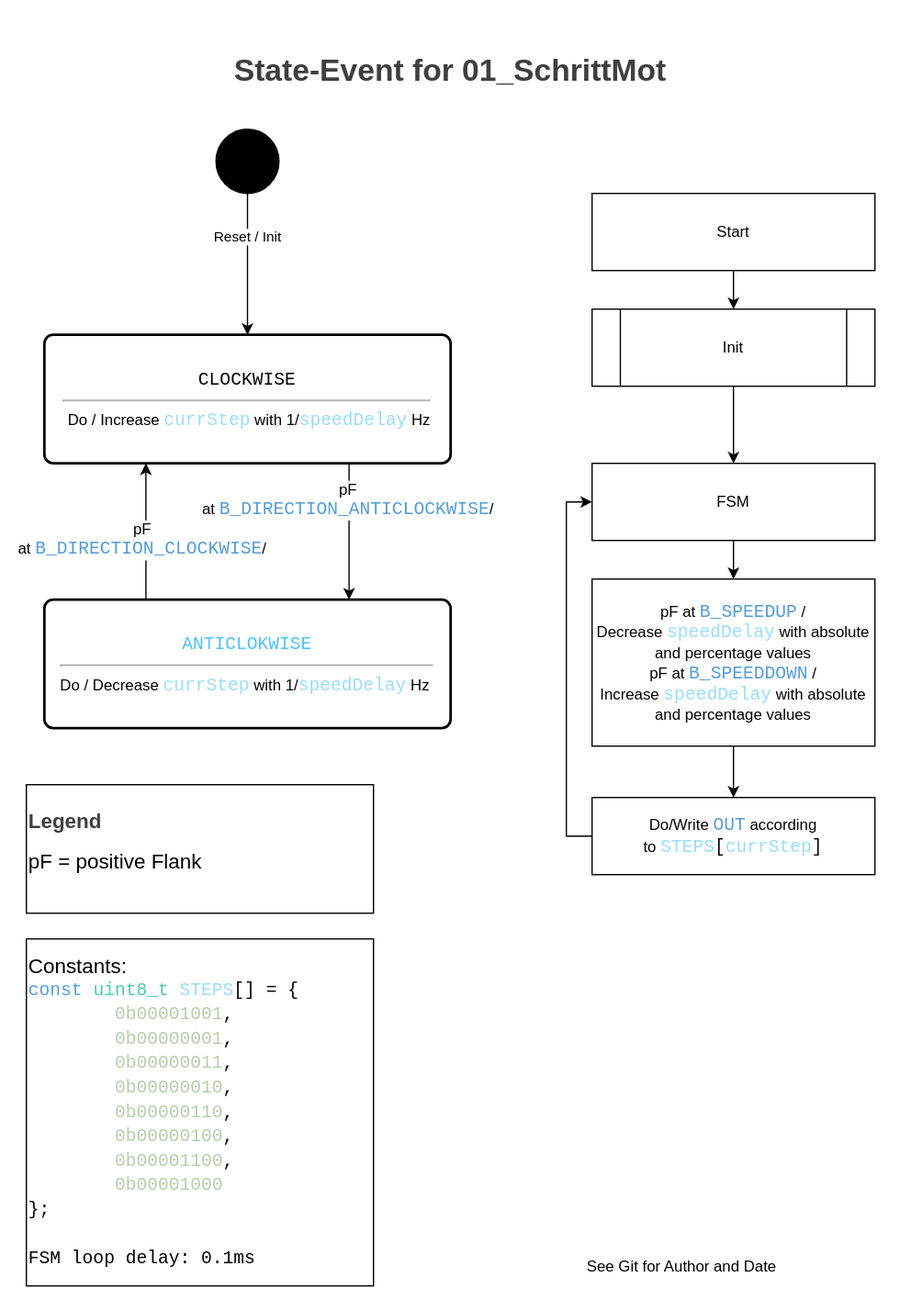
The draw.io diagram readme/State-Event.svg in ml3rc/01_SchrittMot, before a commit. Source tidied: cells renumbered, new cells last; positions are measured from the earlier drawing's top-left corner, leaving out a move shared by most shapes.
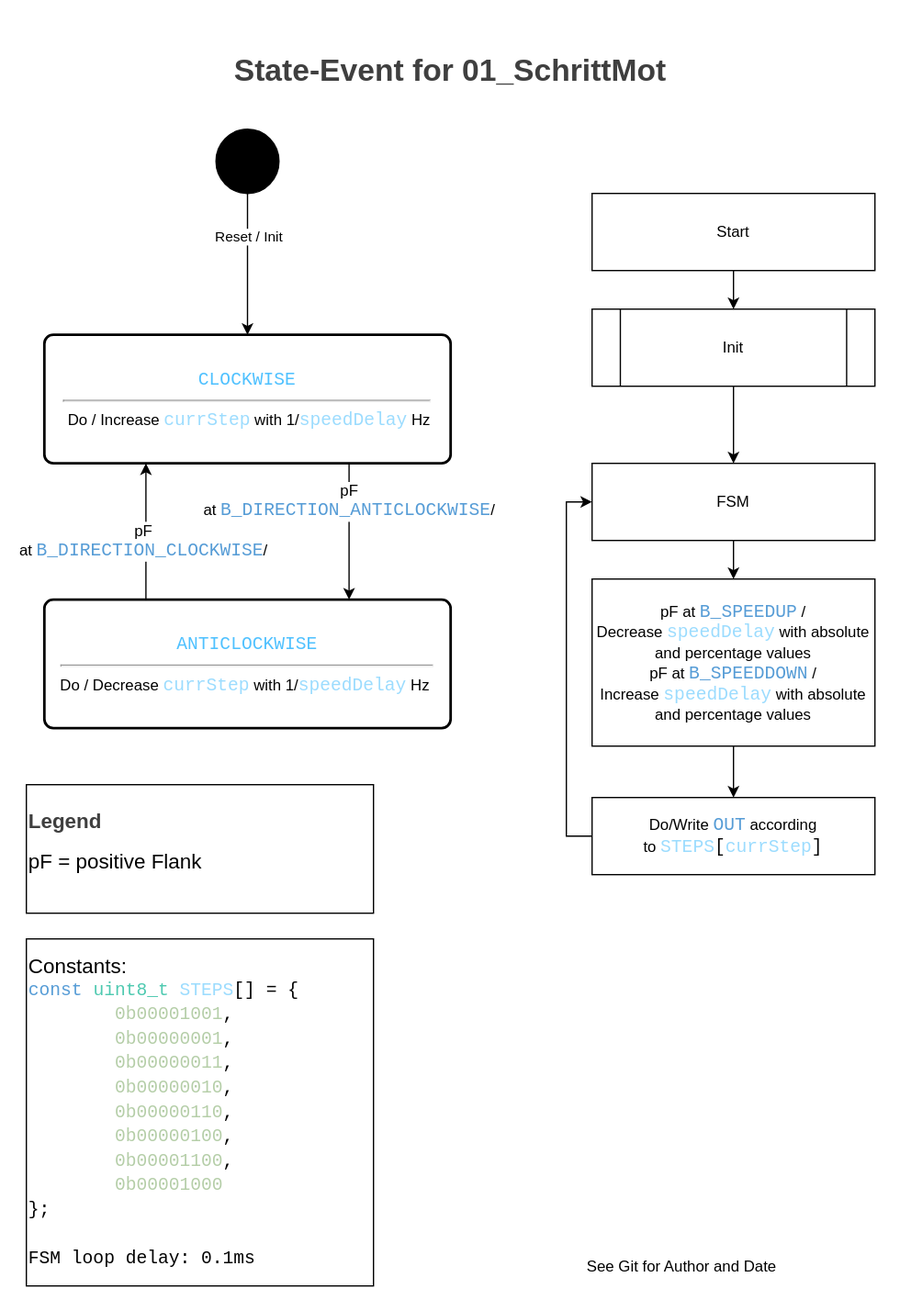
Above is the later version.

What changed in the source:
```diff
@@ -24,7 +24,7 @@
         <mxPoint x="2" as="offset" />
       </mxGeometry>
     </mxCell>
-    <mxCell id="8" value="&lt;div style=&quot;font-family: Consolas, &amp;quot;Courier New&amp;quot;, monospace; font-size: 14px; line-height: 19px; white-space: pre;&quot;&gt;&lt;span&gt;&lt;font&gt;CLOCKWISE&lt;/font&gt;&lt;/span&gt;&lt;/div&gt;&lt;hr&gt;&lt;font&gt;&amp;nbsp;Do / Increase&amp;nbsp;&lt;span style=&quot;font-family: Consolas, &amp;quot;Courier New&amp;quot;, monospace; font-size: 14px; white-space: pre; color: rgb(156, 220, 254);&quot;&gt;currStep&lt;/span&gt;&amp;nbsp;&lt;span style=&quot;background-color: initial;&quot;&gt;with 1/&lt;/span&gt;&lt;span&gt;&lt;span style=&quot;font-family: Consolas, &amp;quot;Courier New&amp;quot;, monospace; font-size: 14px; white-space: pre; color: rgb(156, 220, 254);&quot;&gt;speedDelay&lt;/span&gt;&amp;nbsp;&lt;/span&gt;Hz&lt;/font&gt;" style="rounded=1;whiteSpace=wrap;html=1;absoluteArcSize=1;arcSize=14;strokeWidth=2;" parent="1" vertex="1">
+    <mxCell id="8" value="&lt;div style=&quot;font-family: Consolas, &amp;quot;Courier New&amp;quot;, monospace; font-size: 14px; line-height: 19px; white-space: pre;&quot;&gt;&lt;span style=&quot;color: rgb(79, 193, 255);&quot;&gt;CLOCKWISE&lt;/span&gt;&lt;/div&gt;&lt;hr&gt;&lt;font&gt;&amp;nbsp;Do / Increase&amp;nbsp;&lt;span style=&quot;font-family: Consolas, &amp;quot;Courier New&amp;quot;, monospace; font-size: 14px; white-space: pre; color: rgb(156, 220, 254);&quot;&gt;currStep&lt;/span&gt;&amp;nbsp;&lt;span style=&quot;background-color: initial;&quot;&gt;with 1/&lt;/span&gt;&lt;span&gt;&lt;span style=&quot;font-family: Consolas, &amp;quot;Courier New&amp;quot;, monospace; font-size: 14px; white-space: pre; color: rgb(156, 220, 254);&quot;&gt;speedDelay&lt;/span&gt;&amp;nbsp;&lt;/span&gt;Hz&lt;/font&gt;" style="rounded=1;whiteSpace=wrap;html=1;absoluteArcSize=1;arcSize=14;strokeWidth=2;" parent="1" vertex="1">
       <mxGeometry x="34" y="260" width="316" height="100" as="geometry" />
     </mxCell>
     <mxCell id="9" value="&lt;h1&gt;&lt;br&gt;&lt;/h1&gt;" style="text;html=1;align=center;verticalAlign=middle;strokeColor=none;fillColor=none;" parent="1" vertex="1">
@@ -44,7 +44,7 @@
         <mxPoint x="-4" y="9" as="offset" />
       </mxGeometry>
     </mxCell>
-    <mxCell id="14" value="&lt;div style=&quot;color: rgb(204, 204, 204); font-family: Consolas, &amp;quot;Courier New&amp;quot;, monospace; font-size: 14px; line-height: 19px; white-space: pre;&quot;&gt;&lt;div style=&quot;line-height: 19px;&quot;&gt;&lt;span style=&quot;color: rgb(79, 193, 255);&quot;&gt;ANTICLOKWISE&lt;/span&gt;&lt;/div&gt;&lt;/div&gt;&lt;hr&gt;&lt;div&gt;Do / Decrease&amp;nbsp;&lt;span style=&quot;color: rgb(156, 220, 254); font-family: Consolas, &amp;quot;Courier New&amp;quot;, monospace; font-size: 14px; white-space: pre;&quot;&gt;currStep&lt;/span&gt;&lt;span style=&quot;background-color: initial;&quot;&gt;&amp;nbsp;with 1/&lt;/span&gt;&lt;span style=&quot;color: rgb(156, 220, 254); font-family: Consolas, &amp;quot;Courier New&amp;quot;, monospace; font-size: 14px; white-space: pre;&quot;&gt;speedDelay&lt;/span&gt;&amp;nbsp;Hz&lt;span style=&quot;background-color: initial;&quot;&gt;&amp;nbsp;&lt;/span&gt;&lt;/div&gt;" style="rounded=1;whiteSpace=wrap;html=1;absoluteArcSize=1;arcSize=14;strokeWidth=2;" parent="1" vertex="1">
+    <mxCell id="14" value="&lt;div style=&quot;color: rgb(204, 204, 204); font-family: Consolas, &amp;quot;Courier New&amp;quot;, monospace; font-size: 14px; line-height: 19px; white-space: pre;&quot;&gt;&lt;div style=&quot;line-height: 19px;&quot;&gt;&lt;span style=&quot;color: rgb(79, 193, 255);&quot;&gt;ANTICLOCKWISE&lt;/span&gt;&lt;/div&gt;&lt;/div&gt;&lt;hr&gt;&lt;div&gt;Do / Decrease&amp;nbsp;&lt;span style=&quot;color: rgb(156, 220, 254); font-family: Consolas, &amp;quot;Courier New&amp;quot;, monospace; font-size: 14px; white-space: pre;&quot;&gt;currStep&lt;/span&gt;&lt;span style=&quot;background-color: initial;&quot;&gt;&amp;nbsp;with 1/&lt;/span&gt;&lt;span style=&quot;color: rgb(156, 220, 254); font-family: Consolas, &amp;quot;Courier New&amp;quot;, monospace; font-size: 14px; white-space: pre;&quot;&gt;speedDelay&lt;/span&gt;&amp;nbsp;Hz&lt;span style=&quot;background-color: initial;&quot;&gt;&amp;nbsp;&lt;/span&gt;&lt;/div&gt;" style="rounded=1;whiteSpace=wrap;html=1;absoluteArcSize=1;arcSize=14;strokeWidth=2;" parent="1" vertex="1">
       <mxGeometry x="34" y="466" width="316" height="100" as="geometry" />
     </mxCell>
     <mxCell id="15" value="&lt;div style=&quot;&quot;&gt;&lt;span style=&quot;font-size: medium; background-color: initial;&quot;&gt;&lt;font&gt;Constants:&lt;/font&gt;&lt;/span&gt;&lt;/div&gt;&lt;div style=&quot;&quot;&gt;&lt;div style=&quot;font-family: Consolas, &amp;quot;Courier New&amp;quot;, monospace; font-size: 14px; line-height: 19px; white-space: pre;&quot;&gt;&lt;div style=&quot;line-height: 19px;&quot;&gt;&lt;div style=&quot;&quot;&gt;&lt;font&gt;&lt;span style=&quot;color: rgb(86, 156, 214);&quot;&gt;const&lt;/span&gt;&lt;font&gt; &lt;/font&gt;&lt;span style=&quot;color: rgb(78, 201, 176);&quot;&gt;uint8_t&lt;/span&gt;&lt;font&gt; &lt;/font&gt;&lt;span style=&quot;color: rgb(156, 220, 254);&quot;&gt;STEPS&lt;/span&gt;&lt;span&gt;&lt;font&gt;[]&lt;/font&gt;&lt;/span&gt;&lt;font&gt; &lt;/font&gt;&lt;font&gt;&lt;font&gt;= &lt;/font&gt;&lt;font&gt;{&lt;/font&gt;&lt;/font&gt;&lt;/font&gt;&lt;/div&gt;&lt;div style=&quot;&quot;&gt;&lt;span&gt;&lt;font&gt;&amp;nbsp; &amp;nbsp; &amp;nbsp; &amp;nbsp; &lt;span style=&quot;color: rgb(181, 206, 168);&quot;&gt;0b00001001&lt;/span&gt;,&lt;/font&gt;&lt;/span&gt;&lt;/div&gt;&lt;div style=&quot;&quot;&gt;&lt;span&gt;&lt;font&gt;&amp;nbsp; &amp;nbsp; &amp;nbsp; &amp;nbsp; &lt;span style=&quot;color: rgb(181, 206, 168);&quot;&gt;0b00000001&lt;/span&gt;,&lt;/font&gt;&lt;/span&gt;&lt;/div&gt;&lt;div style=&quot;&quot;&gt;&lt;span&gt;&lt;font&gt;&amp;nbsp; &amp;nbsp; &amp;nbsp; &amp;nbsp; &lt;span style=&quot;color: rgb(181, 206, 168);&quot;&gt;0b00000011&lt;/span&gt;,&lt;/font&gt;&lt;/span&gt;&lt;/div&gt;&lt;div style=&quot;&quot;&gt;&lt;span&gt;&lt;font&gt;&amp;nbsp; &amp;nbsp; &amp;nbsp; &amp;nbsp; &lt;span style=&quot;color: rgb(181, 206, 168);&quot;&gt;0b00000010&lt;/span&gt;,&lt;/font&gt;&lt;/span&gt;&lt;/div&gt;&lt;div style=&quot;&quot;&gt;&lt;span&gt;&lt;font&gt;&amp;nbsp; &amp;nbsp; &amp;nbsp; &amp;nbsp; &lt;span style=&quot;color: rgb(181, 206, 168);&quot;&gt;0b00000110&lt;/span&gt;,&lt;/font&gt;&lt;/span&gt;&lt;/div&gt;&lt;div style=&quot;&quot;&gt;&lt;span&gt;&lt;font&gt;&amp;nbsp; &amp;nbsp; &amp;nbsp; &amp;nbsp; &lt;span style=&quot;color: rgb(181, 206, 168);&quot;&gt;0b00000100&lt;/span&gt;,&lt;/font&gt;&lt;/span&gt;&lt;/div&gt;&lt;div style=&quot;&quot;&gt;&lt;span&gt;&lt;font&gt;&amp;nbsp; &amp;nbsp; &amp;nbsp; &amp;nbsp; &lt;span style=&quot;color: rgb(181, 206, 168);&quot;&gt;0b00001100&lt;/span&gt;,&lt;/font&gt;&lt;/span&gt;&lt;/div&gt;&lt;div style=&quot;&quot;&gt;&lt;span&gt;&lt;font&gt;&amp;nbsp; &amp;nbsp; &amp;nbsp; &amp;nbsp; &lt;span style=&quot;color: rgb(181, 206, 168);&quot;&gt;0b00001000&lt;/span&gt;&lt;/font&gt;&lt;/span&gt;&lt;/div&gt;&lt;div style=&quot;&quot;&gt;&lt;span&gt;&lt;font&gt;};&lt;/font&gt;&lt;/span&gt;&lt;/div&gt;&lt;div style=&quot;&quot;&gt;&lt;span&gt;&lt;font&gt;&lt;br&gt;&lt;/font&gt;&lt;/span&gt;&lt;/div&gt;&lt;div style=&quot;&quot;&gt;FSM loop delay: 0.1ms&lt;/div&gt;&lt;/div&gt;&lt;/div&gt;&lt;/div&gt;" style="html=1;whiteSpace=wrap;align=left;" parent="1" vertex="1">
```
